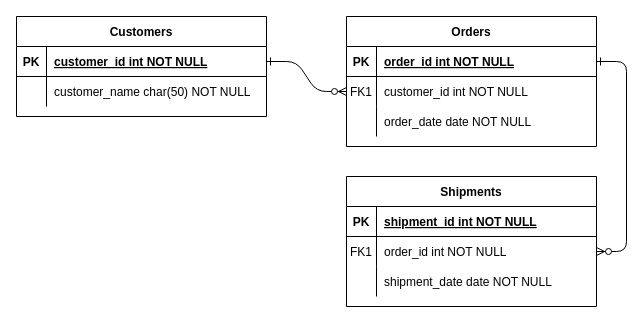
GunwooJo/codefeedbackBE keeps this draw.io diagram as ER다이어그램.drawio. Above is the earlier version. Source tidied: cells renumbered, new cells numbered last; positions are measured from the earlier drawing's top-left corner, leaving out a move shared by most shapes. Both pictures are drawn from the tidied source at 100%, with x=0, y=0 at pixel (16, 16).
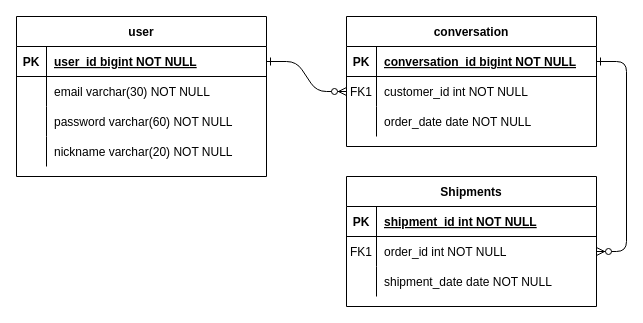
Above is the later version.

Commit message:
User 테이블 작성완료, 나머지 테이블 구상 중

The change refers to these unchanged cells:
```xml
<mxCell id="5" style="shape=partialRectangle;fillColor=none;points=[[0,0.5],[1,0.5]];portConstraint=eastwest;top=0;left=0;right=0;bottom=1;" parent="4" vertex="1">
  <mxGeometry y="30" width="250" height="30" as="geometry" />
</mxCell>
<mxCell id="25" style="shape=partialRectangle;fillColor=none;points=[[0,0.5],[1,0.5]];portConstraint=eastwest;top=0;left=0;right=0;bottom=1;" parent="24" vertex="1">
  <mxGeometry y="30" width="250" height="30" as="geometry" />
</mxCell>
<mxCell id="28" style="shape=partialRectangle;fillColor=none;top=0;left=0;right=0;bottom=0;" parent="24" vertex="1">
  <mxGeometry y="60" width="250" height="30" as="geometry" />
</mxCell>
```

Diff of the diagram source:
```diff
@@
-    <mxCell id="4" value="Orders" style="shape=table;startSize=30;childLayout=tableLayout;rowLines=0;fontStyle=1;align=center;" parent="1" vertex="1">
+    <mxCell id="4" value="conversation" style="shape=table;startSize=30;childLayout=tableLayout;rowLines=0;fontStyle=1;align=center;" parent="1" vertex="1">
       <mxGeometry x="330" width="250" height="130" as="geometry" />
     </mxCell>
@@
-    <mxCell id="7" value="order_id int NOT NULL " style="shape=partialRectangle;overflow=hidden;fillColor=none;top=0;left=0;bottom=0;right=0;align=left;spacingLeft=6;fontStyle=5;" parent="5" vertex="1">
+    <mxCell id="7" value="conversation_id bigint NOT NULL " style="shape=partialRectangle;overflow=hidden;fillColor=none;top=0;left=0;bottom=0;right=0;align=left;spacingLeft=6;fontStyle=5;" parent="5" vertex="1">
       <mxGeometry x="30" width="220" height="30" as="geometry" />
     </mxCell>
@@
-    <mxCell id="24" value="Customers" style="shape=table;startSize=30;childLayout=tableLayout;rowLines=0;fontStyle=1;align=center;" parent="1" vertex="1">
-      <mxGeometry width="250" height="100" as="geometry" />
+    <mxCell id="24" value="user" style="shape=table;startSize=30;childLayout=tableLayout;rowLines=0;fontStyle=1;align=center;" parent="1" vertex="1">
+      <mxGeometry width="250" height="160" as="geometry" />
     </mxCell>
@@
-    <mxCell id="27" value="customer_id int NOT NULL " style="shape=partialRectangle;overflow=hidden;fillColor=none;top=0;left=0;bottom=0;right=0;align=left;spacingLeft=6;fontStyle=5;" parent="25" vertex="1">
+    <mxCell id="27" value="user_id bigint NOT NULL " style="shape=partialRectangle;overflow=hidden;fillColor=none;top=0;left=0;bottom=0;right=0;align=left;spacingLeft=6;fontStyle=5;" parent="25" vertex="1">
       <mxGeometry x="30" width="220" height="30" as="geometry" />
     </mxCell>
@@
-    <mxCell id="30" value="customer_name char(50) NOT NULL" style="shape=partialRectangle;overflow=hidden;fillColor=none;top=0;left=0;bottom=0;right=0;align=left;spacingLeft=6;" parent="28" vertex="1">
+    <mxCell id="30" value="email varchar(30) NOT NULL" style="shape=partialRectangle;overflow=hidden;fillColor=none;top=0;left=0;bottom=0;right=0;align=left;spacingLeft=6;" parent="28" vertex="1">
       <mxGeometry x="30" width="220" height="30" as="geometry" />
     </mxCell>
+    <mxCell id="31" style="shape=partialRectangle;fillColor=none;top=0;left=0;right=0;bottom=0;" parent="24" vertex="1">
+      <mxGeometry y="90" width="250" height="30" as="geometry" />
+    </mxCell>
+    <mxCell id="32" style="shape=partialRectangle;overflow=hidden;fillColor=none;top=0;left=0;bottom=0;right=0;" parent="31" vertex="1">
+      <mxGeometry width="30" height="30" as="geometry" />
+    </mxCell>
+    <mxCell id="33" value="password varchar(60) NOT NULL" style="shape=partialRectangle;overflow=hidden;fillColor=none;top=0;left=0;bottom=0;right=0;align=left;spacingLeft=6;" parent="31" vertex="1">
+      <mxGeometry x="30" width="220" height="30" as="geometry" />
+    </mxCell>
+    <mxCell id="34" style="shape=partialRectangle;fillColor=none;top=0;left=0;right=0;bottom=0;" parent="24" vertex="1">
+      <mxGeometry y="120" width="250" height="30" as="geometry" />
+    </mxCell>
+    <mxCell id="35" style="shape=partialRectangle;overflow=hidden;fillColor=none;top=0;left=0;bottom=0;right=0;" parent="34" vertex="1">
+      <mxGeometry width="30" height="30" as="geometry" />
+    </mxCell>
+    <mxCell id="36" value="nickname varchar(20) NOT NULL" style="shape=partialRectangle;overflow=hidden;fillColor=none;top=0;left=0;bottom=0;right=0;align=left;spacingLeft=6;" parent="34" vertex="1">
+      <mxGeometry x="30" width="220" height="30" as="geometry" />
+    </mxCell>
```
